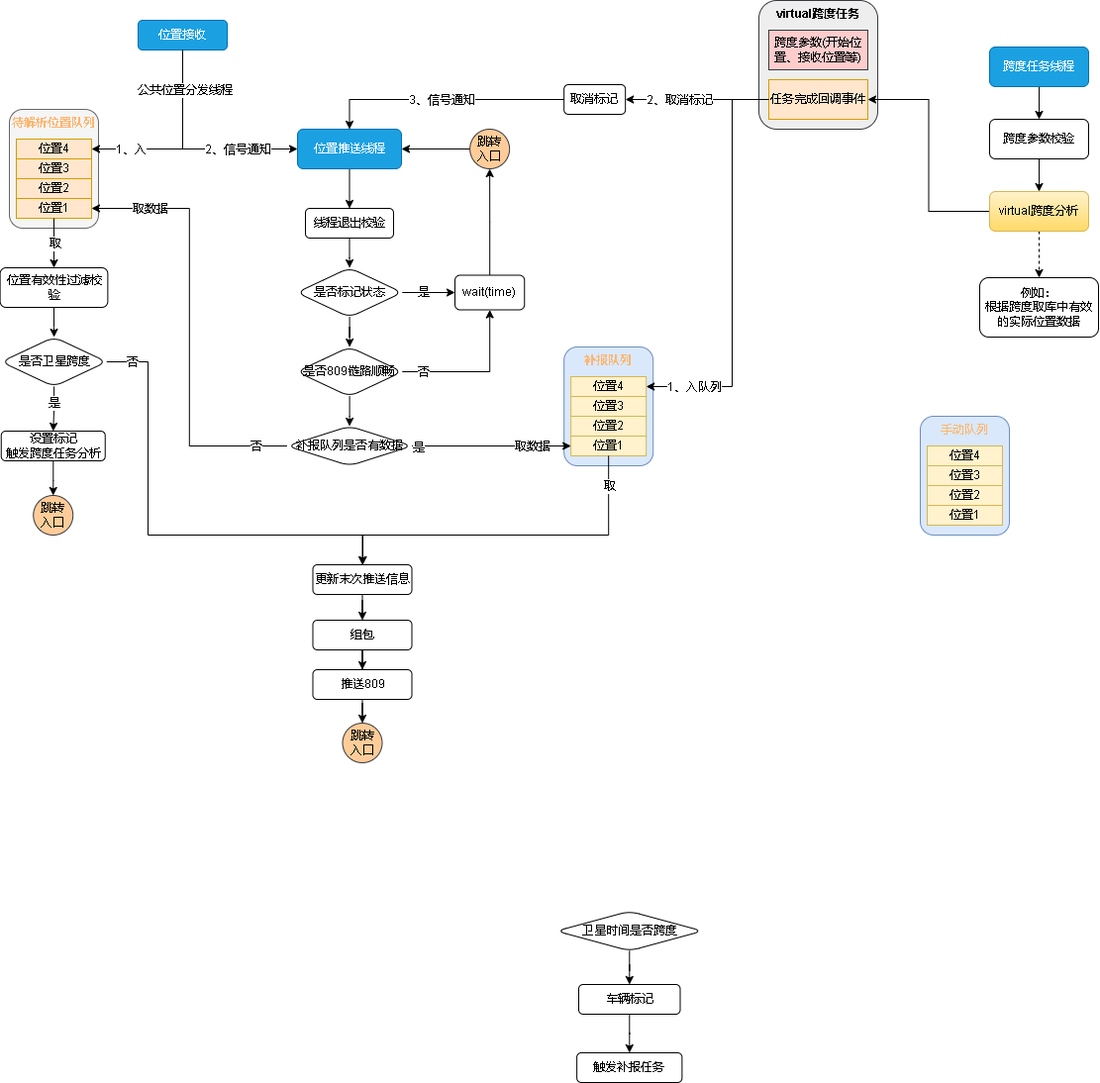
This is 809数据跨度.drawio.png from xktder/draw, a draw.io export, as it was before one commit. Source tidied: cells renumbered, new cells last; positions are measured from the earlier drawing's top-left corner, leaving out a move shared by most shapes.
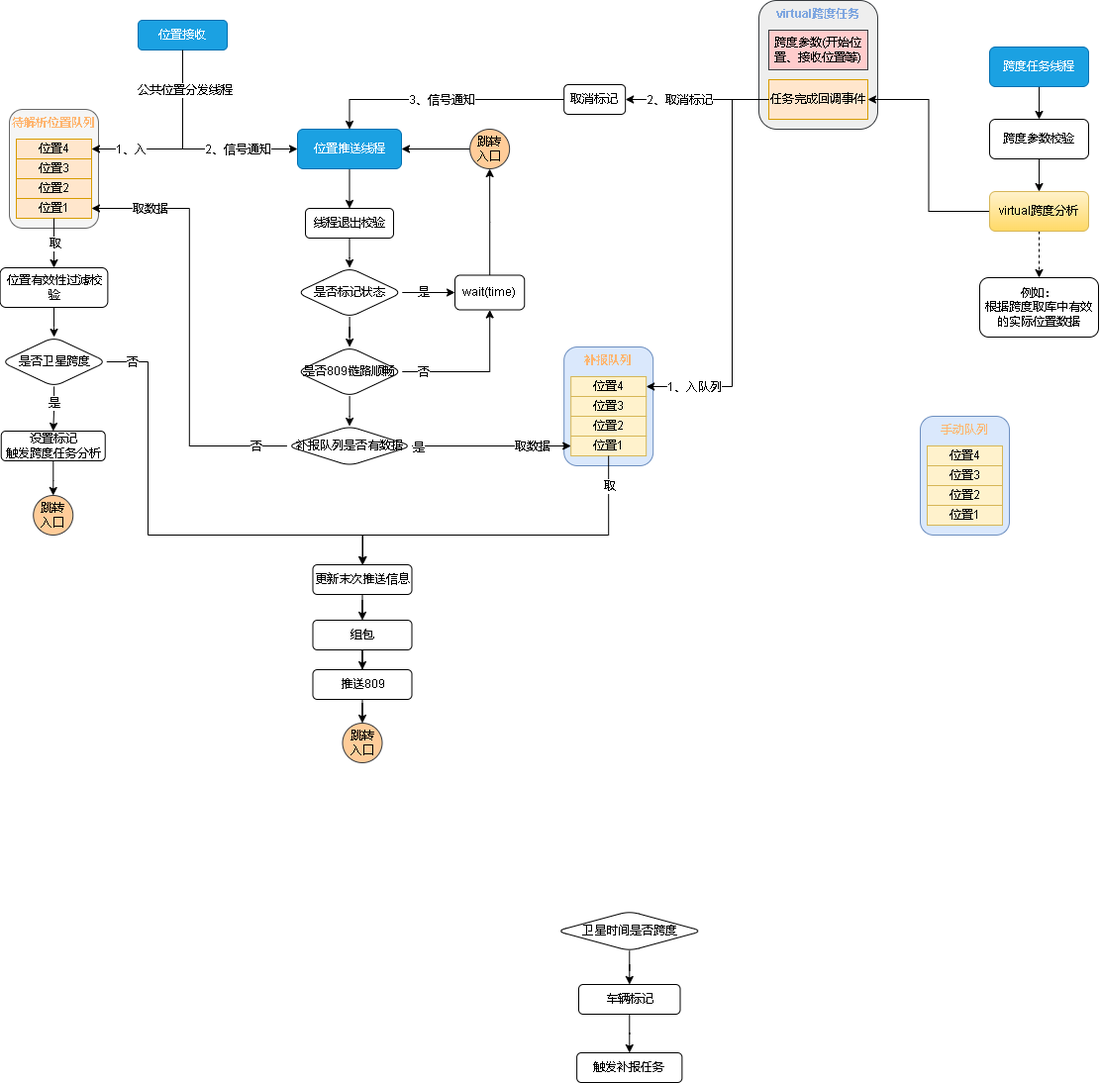
The same diagram one commit later.

Commit message:
更新809数据跨度.drawio.png

Change to the diagram source:
```diff
@@ -262,7 +262,7 @@
     <mxCell id="75" style="group;" parent="1" vertex="1">
       <mxGeometry x="766" width="120" height="130" as="geometry" />
     </mxCell>
-    <mxCell id="76" value="virtual跨度任务" style="rounded=1;whiteSpace=wrap;html=1;verticalAlign=top;fontStyle=1;fillColor=#eeeeee;strokeColor=#36393d;" parent="75" vertex="1">
+    <mxCell id="76" value="&lt;font color=&quot;#7ea6e0&quot;&gt;virtual跨度任务&lt;/font&gt;" style="rounded=1;whiteSpace=wrap;html=1;verticalAlign=top;fontStyle=1;fillColor=#eeeeee;strokeColor=#36393d;" parent="75" vertex="1">
       <mxGeometry width="120" height="130" as="geometry" />
     </mxCell>
     <mxCell id="77" value="&lt;font color=&quot;#000000&quot;&gt;跨度参数(开始位置、接收位置等)&lt;/font&gt;" style="rounded=0;whiteSpace=wrap;html=1;fillColor=#ffcccc;strokeColor=#36393d;" parent="75" vertex="1">
```
